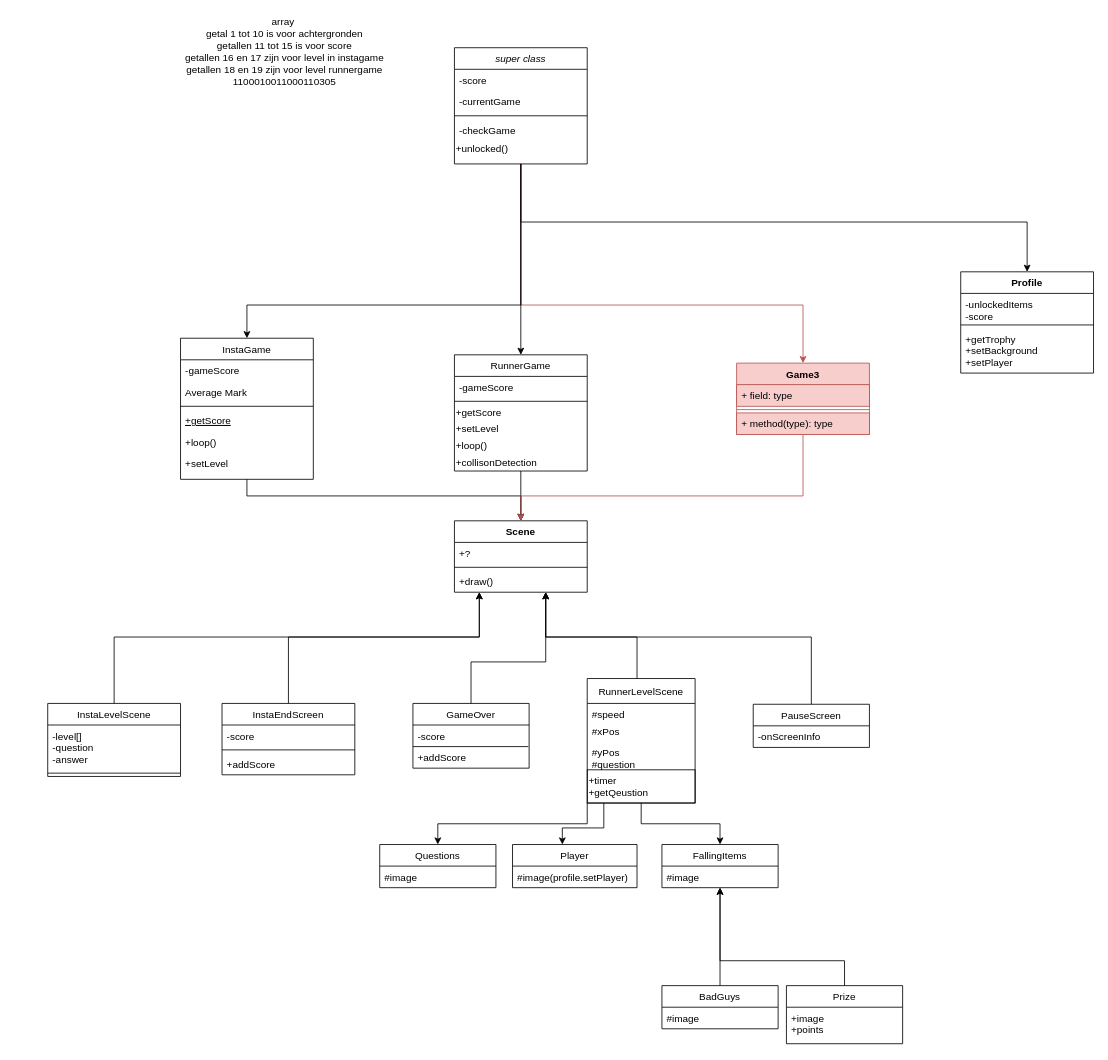
The draw.io diagram documentation/ProjectConcept.drawio in JustDave2002/basisschoolGame, before the edit. Source tidied: cells renumbered, new cells numbered last; positions are measured from the earlier drawing's top-left corner, leaving out a move shared by most shapes. Both pictures are drawn from the tidied source at 83%, with x=0, y=0 at pixel (47, 14).
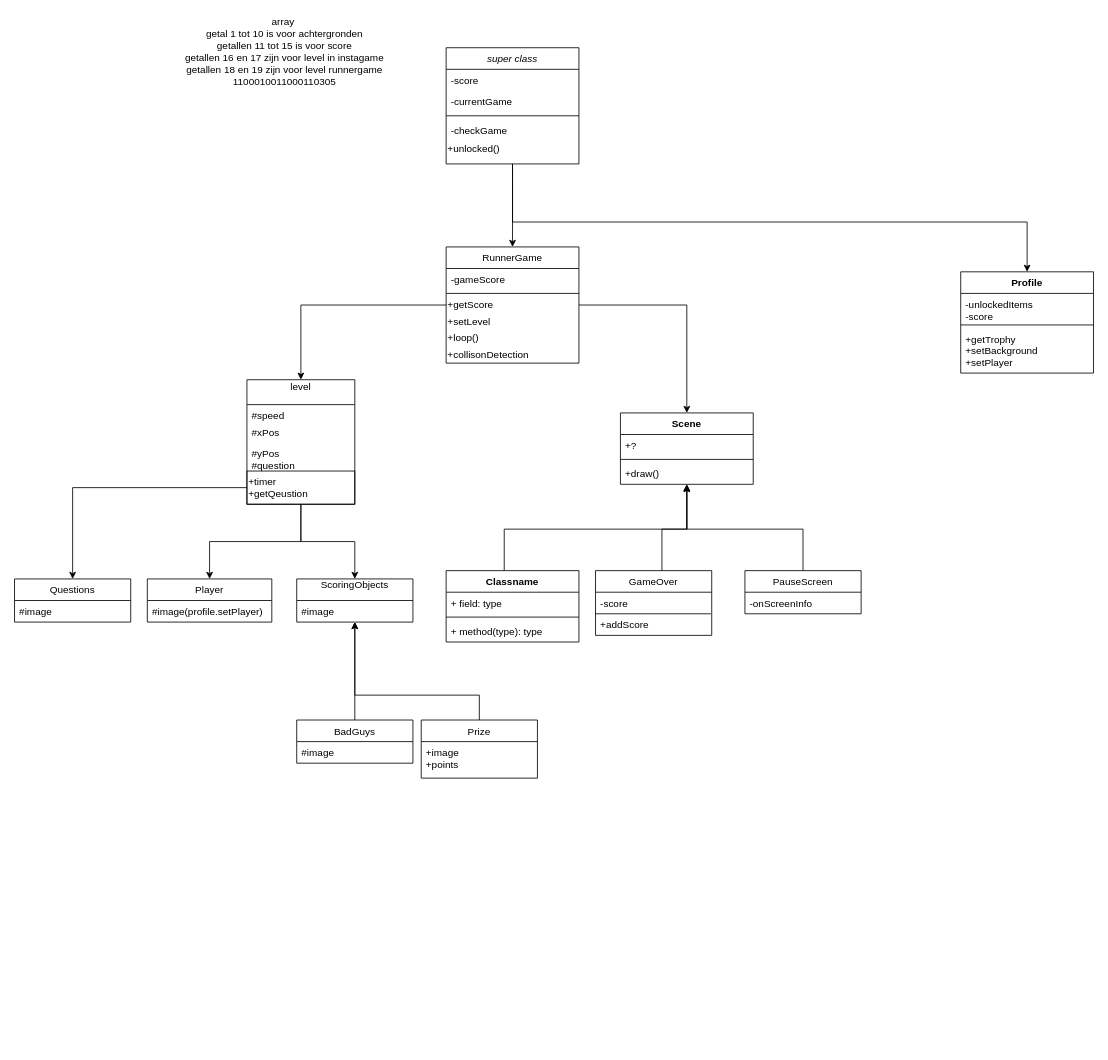
Above is the later version.

Commit message (it also covers changes not shown here):
Refactored to make level a scene

The change refers to these unchanged cells:
```xml
<mxCell id="31" value="+draw()" style="text;strokeColor=none;fillColor=none;align=left;verticalAlign=top;spacingLeft=4;spacingRight=4;overflow=hidden;points=[[0,0.5],[1,0.5]];portConstraint=eastwest;" parent="28" vertex="1">
  <mxGeometry y="60" width="160" height="26" as="geometry" />
</mxCell>
<mxCell id="32" value="Profile" style="swimlane;fontStyle=1;align=center;verticalAlign=top;horizontal=1;startSize=26;" parent="1" vertex="1">
  <mxGeometry x="1100" y="310" width="160" height="122" as="geometry" />
</mxCell>
<mxCell id="64" value="+timer&lt;br&gt;+getQeustion" style="text;html=1;fillColor=none;align=left;verticalAlign=middle;whiteSpace=wrap;rounded=0;strokeColor=#000000;" parent="60" vertex="1">
  <mxGeometry y="110" width="130" height="40" as="geometry" />
</mxCell>
```

Change to the diagram source:
```diff
@@
     <mxCell id="2" style="edgeStyle=orthogonalEdgeStyle;rounded=0;jettySize=auto;html=1;" parent="1" edge="1" source="6" target="32">
       <mxGeometry relative="1" as="geometry">
         <Array as="points">
-          <mxPoint x="570" y="250" />
+          <mxPoint x="560" y="250" />
           <mxPoint x="1180" y="250" />
         </Array>
       </mxGeometry>
     </mxCell>
-    <mxCell id="3" style="edgeStyle=orthogonalEdgeStyle;rounded=0;jettySize=auto;html=1;fillColor=#f8cecc;strokeColor=#b85450;" parent="1" edge="1" source="6" target="71">
-      <mxGeometry relative="1" as="geometry">
-        <Array as="points">
-          <mxPoint x="570" y="350" />
-          <mxPoint x="910" y="350" />
-        </Array>
-      </mxGeometry>
-    </mxCell>
     <mxCell id="4" style="edgeStyle=orthogonalEdgeStyle;rounded=0;jettySize=auto;html=1;entryX=0.5;entryY=0;entryDx=0;entryDy=0;" parent="1" edge="1" source="6" target="21">
-      <mxGeometry relative="1" as="geometry" />
+      <mxGeometry relative="1" as="geometry">
+        <Array as="points">
+          <mxPoint x="560" y="200" />
+          <mxPoint x="560" y="200" />
+        </Array>
+      </mxGeometry>
     </mxCell>
-    <mxCell id="5" style="edgeStyle=orthogonalEdgeStyle;rounded=0;jettySize=auto;html=1;" parent="1" edge="1" source="6" target="13">
-      <mxGeometry relative="1" as="geometry">
-        <Array as="points">
-          <mxPoint x="570" y="350" />
-          <mxPoint x="240" y="350" />
-        </Array>
-      </mxGeometry>
-    </mxCell>
     <mxCell id="6" value="super class" style="swimlane;fontStyle=2;align=center;verticalAlign=top;horizontal=1;startSize=26;rounded=0;shadow=0;strokeWidth=1;" parent="1" vertex="1">
-      <mxGeometry x="490" y="40" width="160" height="140" as="geometry" />
+      <mxGeometry x="480" y="40" width="160" height="140" as="geometry" />
     </mxCell>
@@
-    <mxCell id="12" style="edgeStyle=orthogonalEdgeStyle;rounded=0;jettySize=auto;html=1;" parent="1" edge="1" source="13" target="28">
-      <mxGeometry relative="1" as="geometry">
-        <Array as="points">
-          <mxPoint x="240" y="580" />
-          <mxPoint x="570" y="580" />
-        </Array>
-      </mxGeometry>
-    </mxCell>
-    <mxCell id="13" value="InstaGame" style="swimlane;fontStyle=0;align=center;verticalAlign=top;horizontal=1;startSize=26;rounded=0;shadow=0;strokeWidth=1;" parent="1" vertex="1">
-      <mxGeometry x="160" y="390" width="160" height="170" as="geometry" />
-    </mxCell>
-    <mxCell id="14" value="-gameScore" style="text;align=left;verticalAlign=top;spacingLeft=4;spacingRight=4;overflow=hidden;" parent="13" vertex="1">
-      <mxGeometry y="26" width="160" height="26" as="geometry" />
-    </mxCell>
-    <mxCell id="15" value="Average Mark" style="text;align=left;verticalAlign=top;spacingLeft=4;spacingRight=4;overflow=hidden;rounded=0;shadow=0;html=0;" parent="13" vertex="1">
-      <mxGeometry y="52" width="160" height="26" as="geometry" />
-    </mxCell>
-    <mxCell id="16" style="line;html=1;strokeWidth=1;align=left;verticalAlign=middle;spacingTop=-1;spacingLeft=3;spacingRight=3;labelPosition=right;" parent="13" vertex="1">
-      <mxGeometry y="78" width="160" height="8" as="geometry" />
-    </mxCell>
-    <mxCell id="17" value="+getScore" style="text;align=left;verticalAlign=top;spacingLeft=4;spacingRight=4;overflow=hidden;fontStyle=4;" parent="13" vertex="1">
-      <mxGeometry y="86" width="160" height="26" as="geometry" />
-    </mxCell>
-    <mxCell id="18" value="+loop()" style="text;align=left;verticalAlign=top;spacingLeft=4;spacingRight=4;overflow=hidden;" parent="13" vertex="1">
-      <mxGeometry y="112" width="160" height="26" as="geometry" />
-    </mxCell>
-    <mxCell id="19" value="+setLevel" style="text;align=left;verticalAlign=top;spacingLeft=4;spacingRight=4;overflow=hidden;" parent="13" vertex="1">
-      <mxGeometry y="138" width="160" height="26" as="geometry" />
-    </mxCell>
@@
+    <mxCell id="80" style="edgeStyle=orthogonalEdgeStyle;rounded=0;jettySize=auto;html=1;" parent="1" edge="1" source="21" target="60">
+      <mxGeometry relative="1" as="geometry" />
+    </mxCell>
     <mxCell id="21" value="RunnerGame" style="swimlane;fontStyle=0;align=center;verticalAlign=top;horizontal=1;startSize=26;rounded=0;shadow=0;strokeWidth=1;" parent="1" vertex="1">
-      <mxGeometry x="490" y="410" width="160" height="140" as="geometry" />
+      <mxGeometry x="480" y="280" width="160" height="140" as="geometry" />
     </mxCell>
@@
     <mxCell id="28" value="Scene" style="swimlane;fontStyle=1;align=center;verticalAlign=top;horizontal=1;startSize=26;" parent="1" vertex="1">
-      <mxGeometry x="490" y="610" width="160" height="86" as="geometry" />
+      <mxGeometry x="690" y="480" width="160" height="86" as="geometry" />
     </mxCell>
@@
     <mxCell id="36" value="Player" style="swimlane;fontStyle=0;horizontal=1;startSize=26;fillColor=none;" parent="1" vertex="1">
-      <mxGeometry x="560" y="1000" width="150" height="52" as="geometry" />
+      <mxGeometry x="120" y="680" width="150" height="52" as="geometry" />
     </mxCell>
@@
-    <mxCell id="38" value="FallingItems" style="swimlane;fontStyle=0;horizontal=1;startSize=26;fillColor=none;" parent="1" vertex="1">
-      <mxGeometry x="740" y="1000" width="140" height="52" as="geometry" />
+    <mxCell id="38" value="ScoringObjects&#10;" style="swimlane;fontStyle=0;horizontal=1;startSize=26;fillColor=none;" parent="1" vertex="1">
+      <mxGeometry x="300" y="680" width="140" height="52" as="geometry" />
     </mxCell>
@@
     <mxCell id="40" value="Questions" style="swimlane;fontStyle=0;horizontal=1;startSize=26;fillColor=none;" parent="1" vertex="1">
-      <mxGeometry x="400" y="1000" width="140" height="52" as="geometry" />
+      <mxGeometry x="-40" y="680" width="140" height="52" as="geometry" />
     </mxCell>
@@
     <mxCell id="43" value="BadGuys" style="swimlane;fontStyle=0;horizontal=1;startSize=26;fillColor=none;" parent="1" vertex="1">
-      <mxGeometry x="740" y="1170" width="140" height="52" as="geometry" />
+      <mxGeometry x="300" y="850" width="140" height="52" as="geometry" />
     </mxCell>
@@
     <mxCell id="45" style="edgeStyle=orthogonalEdgeStyle;rounded=0;jettySize=auto;html=1;" parent="1" edge="1" target="38">
       <mxGeometry relative="1" as="geometry">
-        <mxPoint x="960" y="1170" as="sourcePoint" />
+        <mxPoint x="520" y="850" as="sourcePoint" />
         <Array as="points">
-          <mxPoint x="960" y="1140" />
-          <mxPoint x="810" y="1140" />
+          <mxPoint x="520" y="820" />
+          <mxPoint x="370" y="820" />
         </Array>
       </mxGeometry>
     </mxCell>
     <mxCell id="46" value="Prize" style="swimlane;fontStyle=0;horizontal=1;startSize=26;fillColor=none;" parent="1" vertex="1">
-      <mxGeometry x="890" y="1170" width="140" height="70" as="geometry" />
+      <mxGeometry x="450" y="850" width="140" height="70" as="geometry" />
     </mxCell>
@@
-    <mxCell id="48" style="edgeStyle=orthogonalEdgeStyle;rounded=0;jettySize=auto;html=1;" parent="1" edge="1" source="49" target="28">
-      <mxGeometry relative="1" as="geometry">
-        <Array as="points">
-          <mxPoint x="290" y="750" />
-          <mxPoint x="520" y="750" />
-        </Array>
-      </mxGeometry>
-    </mxCell>
-    <mxCell id="49" value="InstaEndScreen" style="swimlane;fontStyle=0;align=center;verticalAlign=top;horizontal=1;startSize=26;" parent="1" vertex="1">
-      <mxGeometry x="210" y="830" width="160" height="86" as="geometry" />
-    </mxCell>
-    <mxCell id="50" value="-score" style="text;strokeColor=none;fillColor=none;align=left;verticalAlign=top;spacingLeft=4;spacingRight=4;overflow=hidden;" parent="49" vertex="1">
-      <mxGeometry y="26" width="160" height="26" as="geometry" />
-    </mxCell>
-    <mxCell id="51" style="line;strokeWidth=1;fillColor=none;align=left;verticalAlign=middle;spacingTop=-1;spacingLeft=3;spacingRight=3;labelPosition=right;" parent="49" vertex="1">
-      <mxGeometry y="52" width="160" height="8" as="geometry" />
-    </mxCell>
-    <mxCell id="52" value="+addScore" style="text;strokeColor=none;fillColor=none;align=left;verticalAlign=top;spacingLeft=4;spacingRight=4;overflow=hidden;" parent="49" vertex="1">
-      <mxGeometry y="60" width="160" height="26" as="geometry" />
-    </mxCell>
-    <mxCell id="53" style="edgeStyle=orthogonalEdgeStyle;rounded=0;jettySize=auto;html=1;" parent="1" edge="1" source="54" target="28">
-      <mxGeometry relative="1" as="geometry">
-        <Array as="points">
-          <mxPoint x="80" y="750" />
-          <mxPoint x="520" y="750" />
-        </Array>
-      </mxGeometry>
-    </mxCell>
-    <mxCell id="54" value="InstaLevelScene" style="swimlane;fontStyle=0;align=center;verticalAlign=top;horizontal=1;startSize=26;" parent="1" vertex="1">
-      <mxGeometry y="830" width="160" height="88" as="geometry" />
-    </mxCell>
-    <mxCell id="55" value="-level[]&#10;-question&#10;-answer" style="text;strokeColor=none;fillColor=none;align=left;verticalAlign=top;spacingLeft=4;spacingRight=4;overflow=hidden;" parent="54" vertex="1">
-      <mxGeometry y="26" width="160" height="54" as="geometry" />
-    </mxCell>
-    <mxCell id="56" style="line;strokeWidth=1;fillColor=none;align=left;verticalAlign=middle;spacingTop=-1;spacingLeft=3;spacingRight=3;labelPosition=right;" parent="54" vertex="1">
-      <mxGeometry y="80" width="160" height="8" as="geometry" />
-    </mxCell>
-    <mxCell id="57" style="edgeStyle=orthogonalEdgeStyle;rounded=0;jettySize=auto;html=1;" parent="1" edge="1" source="60">
-      <mxGeometry relative="1" as="geometry">
-        <mxPoint x="620" y="1000" as="targetPoint" />
-        <Array as="points">
-          <mxPoint x="670" y="980" />
-          <mxPoint x="620" y="980" />
-        </Array>
-      </mxGeometry>
-    </mxCell>
@@
-    <mxCell id="59" style="edgeStyle=orthogonalEdgeStyle;rounded=0;jettySize=auto;html=1;" parent="1" edge="1" source="60" target="31">
-      <mxGeometry relative="1" as="geometry">
-        <Array as="points">
-          <mxPoint x="710" y="750" />
-          <mxPoint x="600" y="750" />
-        </Array>
-      </mxGeometry>
-    </mxCell>
+    <mxCell id="81" style="edgeStyle=orthogonalEdgeStyle;rounded=0;jettySize=auto;html=1;" parent="1" edge="1" source="60" target="36">
+      <mxGeometry relative="1" as="geometry" />
+    </mxCell>
-    <mxCell id="60" value="RunnerLevelScene" style="swimlane;fontStyle=0;horizontal=1;startSize=30;fillColor=none;" parent="1" vertex="1">
-      <mxGeometry x="650" y="800" width="130" height="150" as="geometry" />
+    <mxCell id="60" value="level&#10;" style="swimlane;fontStyle=0;horizontal=1;startSize=30;fillColor=none;" parent="1" vertex="1">
+      <mxGeometry x="240" y="440" width="130" height="150" as="geometry" />
     </mxCell>
@@
-    <mxCell id="65" style="edgeStyle=orthogonalEdgeStyle;rounded=0;jettySize=auto;html=1;" parent="1" edge="1" source="66" target="28">
-      <mxGeometry relative="1" as="geometry">
-        <Array as="points">
-          <mxPoint x="510" y="780" />
-          <mxPoint x="600" y="780" />
-        </Array>
-      </mxGeometry>
-    </mxCell>
+    <mxCell id="82" style="edgeStyle=orthogonalEdgeStyle;rounded=0;jettySize=auto;html=1;entryX=0.5;entryY=1.038;entryDx=0;entryDy=0;entryPerimeter=0;" parent="1" edge="1" source="66" target="31">
+      <mxGeometry relative="1" as="geometry">
+        <Array as="points">
+          <mxPoint x="740" y="620" />
+          <mxPoint x="770" y="620" />
+        </Array>
+      </mxGeometry>
+    </mxCell>
     <mxCell id="66" value="GameOver" style="swimlane;fontStyle=0;horizontal=1;startSize=26;fillColor=none;" parent="1" vertex="1">
-      <mxGeometry x="440" y="830" width="140" height="78" as="geometry" />
+      <mxGeometry x="660" y="670" width="140" height="78" as="geometry" />
     </mxCell>
@@
-    <mxCell id="70" style="edgeStyle=orthogonalEdgeStyle;rounded=0;jettySize=auto;html=1;entryX=0.5;entryY=0;entryDx=0;entryDy=0;fillColor=#f8cecc;strokeColor=#b85450;" parent="1" edge="1" source="71" target="28">
-      <mxGeometry relative="1" as="geometry">
-        <Array as="points">
-          <mxPoint x="910" y="580" />
-          <mxPoint x="570" y="580" />
-        </Array>
-      </mxGeometry>
-    </mxCell>
-    <mxCell id="71" value="Game3" style="swimlane;fontStyle=1;align=center;verticalAlign=top;horizontal=1;startSize=26;fillColor=#f8cecc;strokeColor=#b85450;" parent="1" vertex="1">
-      <mxGeometry x="830" y="420" width="160" height="86" as="geometry" />
-    </mxCell>
-    <mxCell id="72" value="+ field: type" style="text;strokeColor=#b85450;fillColor=#f8cecc;align=left;verticalAlign=top;spacingLeft=4;spacingRight=4;overflow=hidden;" parent="71" vertex="1">
-      <mxGeometry y="26" width="160" height="26" as="geometry" />
-    </mxCell>
-    <mxCell id="73" style="line;strokeWidth=1;fillColor=#f8cecc;align=left;verticalAlign=middle;spacingTop=-1;spacingLeft=3;spacingRight=3;labelPosition=right;strokeColor=#b85450;" parent="71" vertex="1">
-      <mxGeometry y="52" width="160" height="8" as="geometry" />
-    </mxCell>
-    <mxCell id="74" value="+ method(type): type" style="text;strokeColor=#b85450;fillColor=#f8cecc;align=left;verticalAlign=top;spacingLeft=4;spacingRight=4;overflow=hidden;" parent="71" vertex="1">
-      <mxGeometry y="60" width="160" height="26" as="geometry" />
-    </mxCell>
     <mxCell id="75" style="edgeStyle=orthogonalEdgeStyle;rounded=0;jettySize=auto;html=1;" parent="1" edge="1" source="76" target="28">
       <mxGeometry relative="1" as="geometry">
         <Array as="points">
-          <mxPoint x="920" y="750" />
-          <mxPoint x="600" y="750" />
+          <mxPoint x="910" y="620" />
+          <mxPoint x="770" y="620" />
         </Array>
       </mxGeometry>
     </mxCell>
     <mxCell id="76" value="PauseScreen" style="swimlane;fontStyle=0;horizontal=1;startSize=26;fillColor=none;" parent="1" vertex="1">
-      <mxGeometry x="850" y="831" width="140" height="52" as="geometry" />
+      <mxGeometry x="840" y="670" width="140" height="52" as="geometry" />
     </mxCell>
@@
+    <mxCell id="83" style="edgeStyle=orthogonalEdgeStyle;rounded=0;jettySize=auto;html=1;" parent="1" edge="1" source="84" target="28">
+      <mxGeometry relative="1" as="geometry">
+        <Array as="points">
+          <mxPoint x="550" y="620" />
+          <mxPoint x="770" y="620" />
+        </Array>
+      </mxGeometry>
+    </mxCell>
+    <mxCell id="84" value="Classname" style="swimlane;fontStyle=1;align=center;verticalAlign=top;horizontal=1;startSize=26;" parent="1" vertex="1">
+      <mxGeometry x="480" y="670" width="160" height="86" as="geometry" />
+    </mxCell>
+    <mxCell id="72" value="+ field: type" style="text;strokeColor=none;fillColor=none;align=left;verticalAlign=top;spacingLeft=4;spacingRight=4;overflow=hidden;" parent="84" vertex="1">
+      <mxGeometry y="26" width="160" height="26" as="geometry" />
+    </mxCell>
+    <mxCell id="51" style="line;strokeWidth=1;fillColor=none;align=left;verticalAlign=middle;spacingTop=-1;spacingLeft=3;spacingRight=3;labelPosition=right;" parent="84" vertex="1">
+      <mxGeometry y="52" width="160" height="8" as="geometry" />
+    </mxCell>
+    <mxCell id="74" value="+ method(type): type" style="text;strokeColor=none;fillColor=none;align=left;verticalAlign=top;spacingLeft=4;spacingRight=4;overflow=hidden;" parent="84" vertex="1">
+      <mxGeometry y="60" width="160" height="26" as="geometry" />
+    </mxCell>
-    <mxCell id="79" style="edgeStyle=orthogonalEdgeStyle;rounded=0;jettySize=auto;html=1;exitX=0;exitY=1;exitDx=0;exitDy=0;entryX=0.5;entryY=0;entryDx=0;entryDy=0;" parent="1" edge="1" source="64" target="40">
+    <mxCell id="79" style="edgeStyle=orthogonalEdgeStyle;rounded=0;jettySize=auto;html=1;entryX=0.5;entryY=0;entryDx=0;entryDy=0;" parent="1" edge="1" source="64" target="40">
       <mxGeometry relative="1" as="geometry" />
     </mxCell>
```
